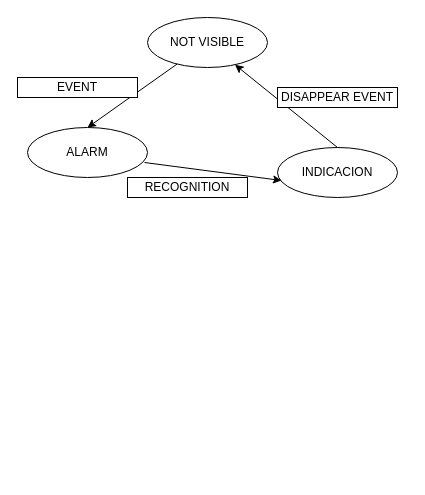
jeongon/graf.io keeps this draw.io diagram as Untitled Diagram.drawio. Above is the earlier version. Source tidied: cells renumbered, new cells numbered last; positions are measured from the earlier drawing's top-left corner, leaving out a move shared by most shapes. Both pictures are drawn from the tidied source at 100%, with x=0, y=0 at pixel (17, 17).
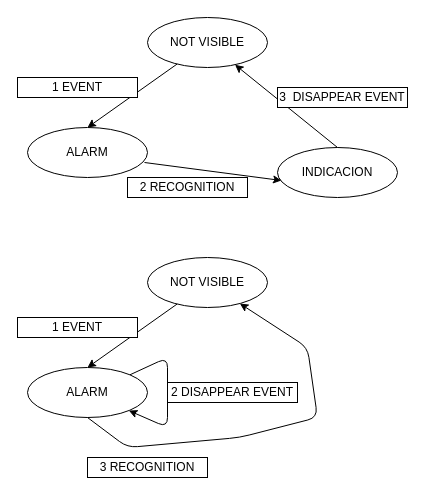
After the change.

The edit, as a diff of the source:
```diff
@@
-    <mxCell id="6" value="EVENT" style="rounded=1;whiteSpace=wrap;html=1;arcSize=0;" parent="1" vertex="1">
+    <mxCell id="6" value="1 EVENT" style="rounded=1;whiteSpace=wrap;html=1;arcSize=0;" parent="1" vertex="1">
       <mxGeometry y="60" width="120" height="20" as="geometry" />
     </mxCell>
@@
-    <mxCell id="8" value="RECOGNITION" style="rounded=1;whiteSpace=wrap;html=1;arcSize=0;" parent="1" vertex="1">
+    <mxCell id="8" value="2 RECOGNITION" style="rounded=1;whiteSpace=wrap;html=1;arcSize=0;" parent="1" vertex="1">
       <mxGeometry x="110" y="160" width="120" height="20" as="geometry" />
     </mxCell>
@@
-    <mxCell id="10" value="DISAPPEAR EVENT" style="rounded=1;whiteSpace=wrap;html=1;arcSize=0;" parent="1" vertex="1">
-      <mxGeometry x="260" y="70" width="120" height="20" as="geometry" />
+    <mxCell id="10" value="3&amp;nbsp; DISAPPEAR EVENT" style="rounded=1;whiteSpace=wrap;html=1;arcSize=0;" parent="1" vertex="1">
+      <mxGeometry x="260" y="70" width="130" height="20" as="geometry" />
     </mxCell>
+    <mxCell id="11" value="NOT VISIBLE" style="ellipse;whiteSpace=wrap;html=1;" parent="1" vertex="1">
+      <mxGeometry x="130" y="240" width="120" height="50" as="geometry" />
+    </mxCell>
+    <mxCell id="12" value="ALARM" style="ellipse;whiteSpace=wrap;html=1;" parent="1" vertex="1">
+      <mxGeometry x="10" y="350" width="120" height="50" as="geometry" />
+    </mxCell>
+    <mxCell id="13" style="endArrow=classic;html=1;entryX=0.5;entryY=0;entryDx=0;entryDy=0;" parent="1" edge="1" source="11" target="12">
+      <mxGeometry relative="1" as="geometry" />
+    </mxCell>
+    <mxCell id="14" value="1 EVENT" style="rounded=1;whiteSpace=wrap;html=1;arcSize=0;" parent="1" vertex="1">
+      <mxGeometry y="300" width="120" height="20" as="geometry" />
+    </mxCell>
+    <mxCell id="15" style="endArrow=classic;html=1;exitX=0.5;exitY=1;exitDx=0;exitDy=0;" parent="1" edge="1" source="12" target="11">
+      <mxGeometry relative="1" as="geometry">
+        <Array as="points">
+          <mxPoint x="110" y="430" />
+          <mxPoint x="222" y="420" />
+          <mxPoint x="300" y="400" />
+          <mxPoint x="290" y="330" />
+        </Array>
+      </mxGeometry>
+    </mxCell>
+    <mxCell id="16" value="3 RECOGNITION" style="rounded=1;whiteSpace=wrap;html=1;arcSize=0;" parent="1" vertex="1">
+      <mxGeometry x="70" y="440" width="120" height="20" as="geometry" />
+    </mxCell>
+    <mxCell id="17" style="endArrow=classic;html=1;exitX=1;exitY=0;exitDx=0;exitDy=0;" parent="1" edge="1" source="12" target="12">
+      <mxGeometry relative="1" as="geometry">
+        <Array as="points">
+          <mxPoint x="150" y="340" />
+        </Array>
+      </mxGeometry>
+    </mxCell>
+    <mxCell id="18" value="2 DISAPPEAR EVENT" style="rounded=1;whiteSpace=wrap;html=1;arcSize=0;" parent="1" vertex="1">
+      <mxGeometry x="150" y="365" width="130" height="20" as="geometry" />
+    </mxCell>
```
